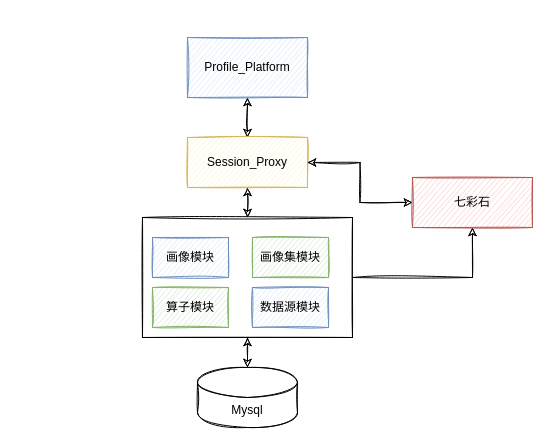
Before: page "第 3 页" (3 of 4) of 未命名绘图.drawio in nullbull/uml, a draw.io diagram. Source tidied: cells renumbered, new cells numbered last; positions are measured from the earlier drawing's top-left corner, leaving out a move shared by most shapes. Both pictures are drawn from the tidied source at 100%, with x=0, y=0 at pixel (142, 37).
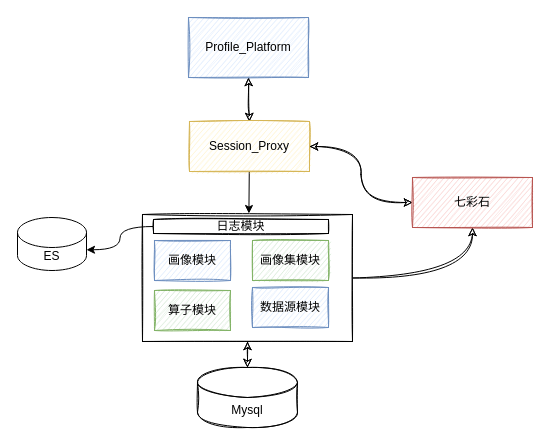
The same diagram, later.

Unchanged cells that the change refers to:
```xml
<mxCell id="10" value="七彩石" style="rounded=0;whiteSpace=wrap;html=1;fillColor=#f8cecc;strokeColor=#b85450;sketch=1;" parent="1" vertex="1">
  <mxGeometry x="270" y="140" width="120" height="50" as="geometry" />
</mxCell>
```

Diff of the diagram source:
```diff
@@
-    <mxCell id="2" style="edgeStyle=orthogonalEdgeStyle;rounded=0;jettySize=auto;html=1;entryX=0.5;entryY=1;entryDx=0;entryDy=0;endArrow=classic;endFill=1;elbow=vertical;sketch=1;" parent="1" edge="1" source="4" target="10">
+    <mxCell id="2" style="edgeStyle=orthogonalEdgeStyle;rounded=0;jettySize=auto;html=1;entryX=0.5;entryY=1;entryDx=0;entryDy=0;endArrow=classic;endFill=1;elbow=vertical;sketch=1;curved=1;" parent="1" edge="1" source="4" target="10">
       <mxGeometry relative="1" as="geometry" />
     </mxCell>
@@
     <mxCell id="4" style="rounded=0;whiteSpace=wrap;html=1;sketch=1;" parent="1" vertex="1">
-      <mxGeometry y="180" width="210" height="120" as="geometry" />
+      <mxGeometry y="177" width="210" height="127" as="geometry" />
     </mxCell>
@@
-    <mxCell id="6" style="edgeStyle=none;rounded=0;jettySize=auto;html=1;exitX=0.5;exitY=1;exitDx=0;exitDy=0;startArrow=classic;startFill=1;endArrow=classic;endFill=1;sketch=1;" parent="1" edge="1" source="7" target="4">
-      <mxGeometry relative="1" as="geometry" />
-    </mxCell>
+    <mxCell id="17" style="edgeStyle=none;rounded=0;jettySize=auto;html=1;" parent="1" edge="1" source="7">
+      <mxGeometry relative="1" as="geometry">
+        <mxPoint x="106.4" y="176" as="targetPoint" />
+      </mxGeometry>
+    </mxCell>
     <mxCell id="7" value="Session_Proxy" style="rounded=0;whiteSpace=wrap;html=1;fillColor=#fff2cc;strokeColor=#d6b656;sketch=1;" parent="1" vertex="1">
-      <mxGeometry x="45" y="100" width="120" height="50" as="geometry" />
+      <mxGeometry x="47" y="84" width="120" height="50" as="geometry" />
     </mxCell>
@@
-    <mxCell id="9" style="edgeStyle=orthogonalEdgeStyle;rounded=0;jettySize=auto;html=1;exitX=0;exitY=0.5;exitDx=0;exitDy=0;entryX=1;entryY=0.5;entryDx=0;entryDy=0;startArrow=classic;startFill=1;endArrow=classic;endFill=1;sketch=1;" parent="1" edge="1" source="10" target="7">
+    <mxCell id="9" style="rounded=0;jettySize=auto;html=1;exitX=0;exitY=0.5;exitDx=0;exitDy=0;entryX=1;entryY=0.5;entryDx=0;entryDy=0;startArrow=classic;startFill=1;endArrow=classic;endFill=1;sketch=1;edgeStyle=orthogonalEdgeStyle;curved=1;" parent="1" edge="1" source="10" target="7">
       <mxGeometry relative="1" as="geometry" />
     </mxCell>
@@
     <mxCell id="12" value="画像模块" style="rounded=0;whiteSpace=wrap;html=1;fillColor=#dae8fc;strokeColor=#6c8ebf;sketch=1;" parent="1" vertex="1">
-      <mxGeometry x="10" y="200" width="76" height="40" as="geometry" />
+      <mxGeometry x="12" y="203" width="76" height="40" as="geometry" />
     </mxCell>
     <mxCell id="13" value="算子模块" style="rounded=0;whiteSpace=wrap;html=1;fillColor=#d5e8d4;strokeColor=#82b366;sketch=1;" parent="1" vertex="1">
-      <mxGeometry x="10" y="250" width="76" height="40" as="geometry" />
+      <mxGeometry x="12" y="253" width="76" height="40" as="geometry" />
     </mxCell>
     <mxCell id="14" value="画像集模块" style="rounded=0;whiteSpace=wrap;html=1;fillColor=#d5e8d4;strokeColor=#82b366;sketch=1;" parent="1" vertex="1">
-      <mxGeometry x="110" y="200" width="76" height="40" as="geometry" />
+      <mxGeometry x="110" y="203" width="76" height="40" as="geometry" />
     </mxCell>
@@
     <mxCell id="16" value="Profile_Platform" style="rounded=0;whiteSpace=wrap;html=1;fillColor=#dae8fc;strokeColor=#6c8ebf;sketch=1;" parent="1" vertex="1">
-      <mxGeometry x="45" width="120" height="60" as="geometry" />
+      <mxGeometry x="46" y="-20" width="120" height="60" as="geometry" />
     </mxCell>
+    <mxCell id="18" value="ES" style="shape=cylinder3;whiteSpace=wrap;html=1;boundedLbl=1;backgroundOutline=1;size=15;" parent="1" vertex="1">
+      <mxGeometry x="-125" y="180" width="69" height="53" as="geometry" />
+    </mxCell>
+    <mxCell id="19" style="edgeStyle=orthogonalEdgeStyle;curved=1;rounded=0;jettySize=auto;html=1;entryX=1;entryY=0;entryDx=0;entryDy=32.25;entryPerimeter=0;" parent="1" edge="1" source="20" target="18">
+      <mxGeometry relative="1" as="geometry" />
+    </mxCell>
+    <mxCell id="20" value="日志模块" style="rounded=0;whiteSpace=wrap;html=1;sketch=1;" parent="1" vertex="1">
+      <mxGeometry x="11" y="182" width="175" height="14" as="geometry" />
+    </mxCell>
```
